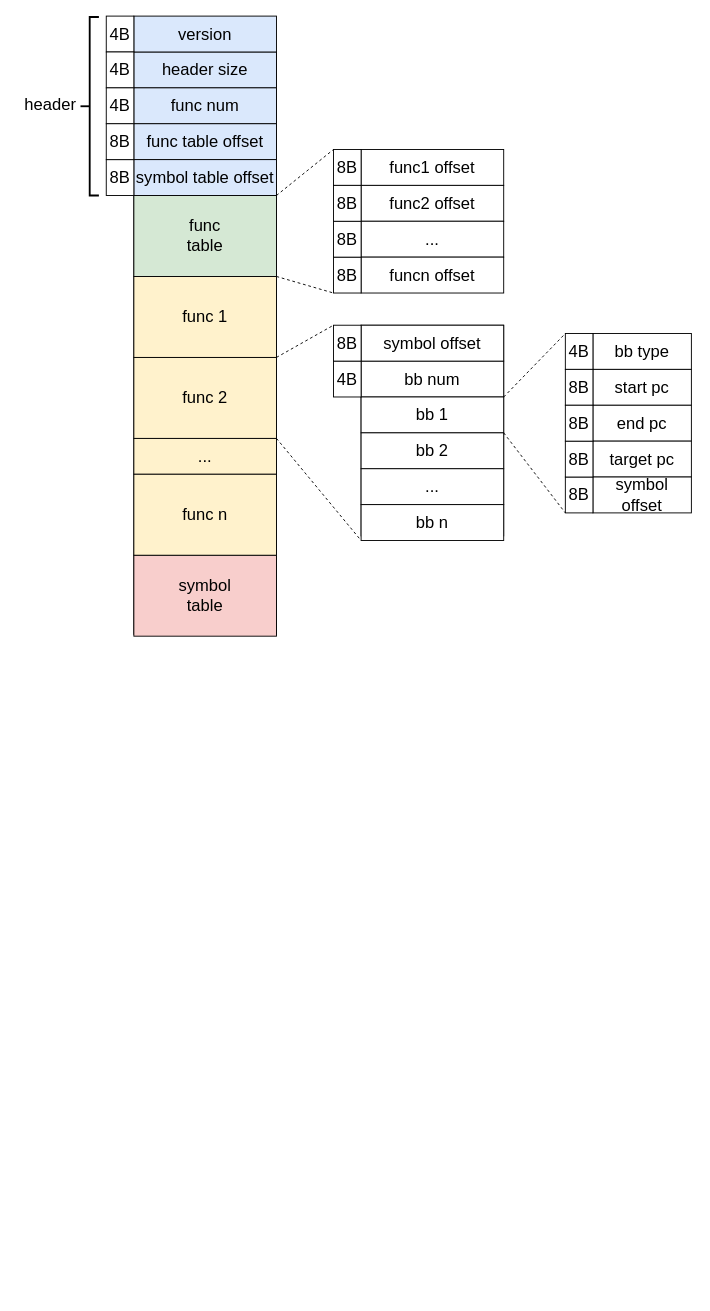
This is cfg 二进制布局设计.drawio from liyp1120/draw.io, a draw.io file, before an edit. Source tidied: cells renumbered, new cells numbered last; positions are measured from the earlier drawing's top-left corner, leaving out a move shared by most shapes. Both pictures are drawn from the tidied source at 92%, with x=0, y=0 at pixel (16, 16).
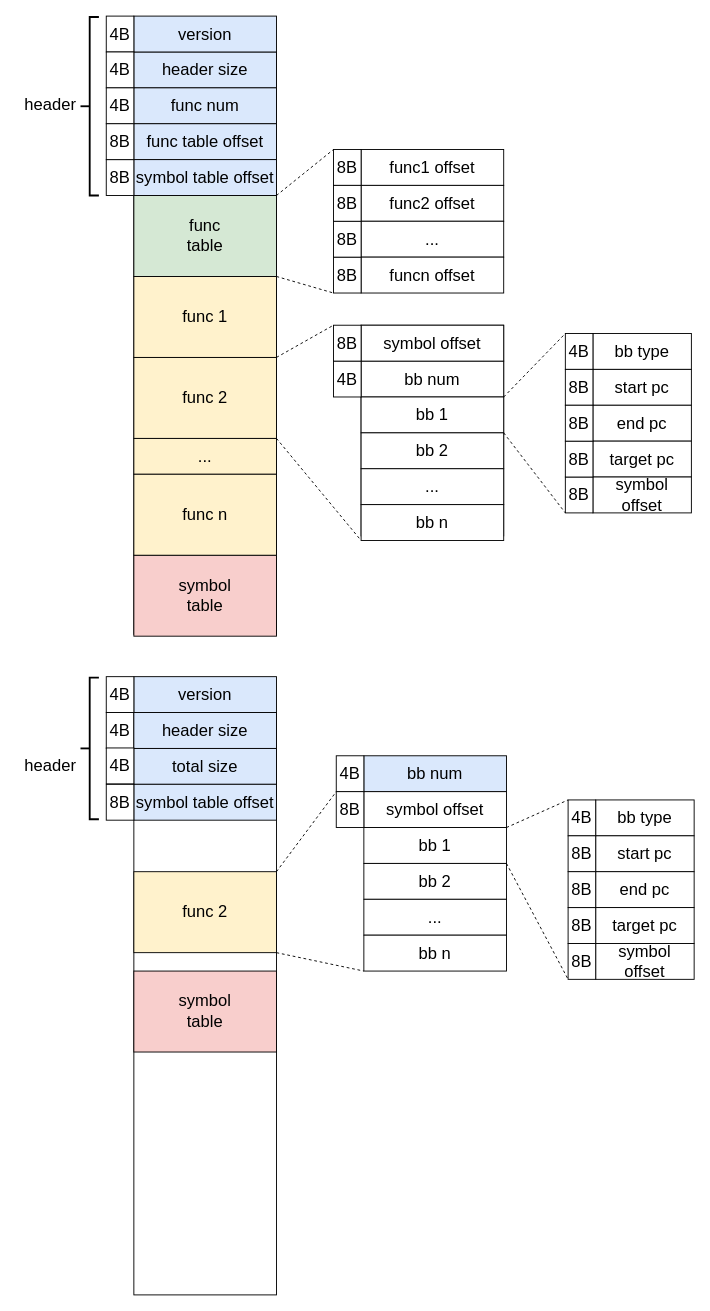
Above is the later version.

Commit message:
更新cfg 二进制布局设计.drawio

What changed in the source:
```diff
@@
+    <mxCell id="54" style="rounded=0;whiteSpace=wrap;html=1;" parent="1" vertex="1">
+      <mxGeometry x="128" y="757" width="155" height="633" as="geometry" />
+    </mxCell>
+    <mxCell id="55" value="&lt;font style=&quot;font-size: 18px;&quot;&gt;total size&lt;/font&gt;" style="rounded=0;whiteSpace=wrap;html=1;fillColor=#dae8fc;strokeColor=default;" parent="1" vertex="1">
+      <mxGeometry x="128" y="796" width="155" height="39" as="geometry" />
+    </mxCell>
+    <mxCell id="56" value="&lt;font style=&quot;font-size: 18px;&quot;&gt;version&lt;/font&gt;" style="rounded=0;whiteSpace=wrap;html=1;fillColor=#dae8fc;strokeColor=default;" parent="1" vertex="1">
+      <mxGeometry x="128" y="718" width="155" height="39" as="geometry" />
+    </mxCell>
+    <mxCell id="57" value="&lt;font style=&quot;font-size: 18px;&quot;&gt;bb num&lt;/font&gt;" style="rounded=0;whiteSpace=wrap;html=1;fillColor=#dae8fc;strokeColor=default;" parent="1" vertex="1">
+      <mxGeometry x="378" y="804" width="155" height="39" as="geometry" />
+    </mxCell>
+    <mxCell id="58" value="&lt;font style=&quot;font-size: 18px;&quot;&gt;symbol&lt;br&gt;table&lt;br&gt;&lt;/font&gt;" style="rounded=0;whiteSpace=wrap;html=1;fillColor=#f8cecc;strokeColor=default;" parent="1" vertex="1">
+      <mxGeometry x="128" y="1038" width="155" height="88" as="geometry" />
+    </mxCell>
+    <mxCell id="59" value="&lt;font style=&quot;font-size: 18px;&quot;&gt;func 2&lt;/font&gt;" style="rounded=0;whiteSpace=wrap;html=1;fillColor=#fff2cc;strokeColor=default;" parent="1" vertex="1">
+      <mxGeometry x="128" y="930" width="155" height="88" as="geometry" />
+    </mxCell>
+    <mxCell id="60" style="strokeWidth=2;html=1;shape=mxgraph.flowchart.annotation_2;align=left;labelPosition=right;" parent="1" vertex="1">
+      <mxGeometry x="70" y="719" width="20" height="154" as="geometry" />
+    </mxCell>
+    <mxCell id="61" value="&lt;font style=&quot;font-size: 18px;&quot;&gt;header&lt;/font&gt;" style="text;html=1;align=center;verticalAlign=middle;strokeColor=none;fillColor=none;" parent="1" vertex="1">
+      <mxGeometry y="798" width="74" height="34" as="geometry" />
+    </mxCell>
+    <mxCell id="62" value="&lt;font style=&quot;font-size: 18px;&quot;&gt;symbol offset&lt;/font&gt;" style="rounded=0;whiteSpace=wrap;html=1;" parent="1" vertex="1">
+      <mxGeometry x="378" y="843" width="155" height="39" as="geometry" />
+    </mxCell>
+    <mxCell id="63" value="&lt;font style=&quot;font-size: 18px;&quot;&gt;bb 1&lt;/font&gt;" style="rounded=0;whiteSpace=wrap;html=1;" parent="1" vertex="1">
+      <mxGeometry x="378" y="882" width="155" height="39" as="geometry" />
+    </mxCell>
+    <mxCell id="64" value="&lt;font style=&quot;font-size: 18px;&quot;&gt;bb 2&lt;/font&gt;" style="rounded=0;whiteSpace=wrap;html=1;" parent="1" vertex="1">
+      <mxGeometry x="378" y="921" width="155" height="39" as="geometry" />
+    </mxCell>
+    <mxCell id="65" value="&lt;font style=&quot;font-size: 18px;&quot;&gt;...&lt;/font&gt;" style="rounded=0;whiteSpace=wrap;html=1;" parent="1" vertex="1">
+      <mxGeometry x="378" y="960" width="155" height="39" as="geometry" />
+    </mxCell>
+    <mxCell id="66" value="&lt;font style=&quot;font-size: 18px;&quot;&gt;bb n&lt;/font&gt;" style="rounded=0;whiteSpace=wrap;html=1;" parent="1" vertex="1">
+      <mxGeometry x="378" y="999" width="155" height="39" as="geometry" />
+    </mxCell>
+    <mxCell id="67" value="&lt;font style=&quot;font-size: 18px;&quot;&gt;bb type&lt;/font&gt;" style="rounded=0;whiteSpace=wrap;html=1;" parent="1" vertex="1">
+      <mxGeometry x="630" y="852" width="107" height="39" as="geometry" />
+    </mxCell>
+    <mxCell id="68" value="&lt;font style=&quot;font-size: 18px;&quot;&gt;start pc&lt;/font&gt;" style="rounded=0;whiteSpace=wrap;html=1;" parent="1" vertex="1">
+      <mxGeometry x="630" y="891" width="107" height="39" as="geometry" />
+    </mxCell>
+    <mxCell id="69" value="&lt;font style=&quot;font-size: 18px;&quot;&gt;end pc&lt;/font&gt;" style="rounded=0;whiteSpace=wrap;html=1;" parent="1" vertex="1">
+      <mxGeometry x="630" y="930" width="107" height="39" as="geometry" />
+    </mxCell>
+    <mxCell id="70" value="&lt;font style=&quot;font-size: 18px;&quot;&gt;target pc&lt;/font&gt;" style="rounded=0;whiteSpace=wrap;html=1;" parent="1" vertex="1">
+      <mxGeometry x="630" y="969" width="107" height="39" as="geometry" />
+    </mxCell>
+    <mxCell id="71" value="&lt;font style=&quot;font-size: 18px;&quot;&gt;symbol offset&lt;/font&gt;" style="rounded=0;whiteSpace=wrap;html=1;" parent="1" vertex="1">
+      <mxGeometry x="630" y="1008" width="107" height="39" as="geometry" />
+    </mxCell>
+    <mxCell id="72" value="&lt;font style=&quot;font-size: 18px;&quot;&gt;symbol table offset&lt;/font&gt;" style="rounded=0;whiteSpace=wrap;html=1;fillColor=#dae8fc;strokeColor=default;" parent="1" vertex="1">
+      <mxGeometry x="128" y="835" width="155" height="39" as="geometry" />
+    </mxCell>
+    <mxCell id="73" value="&lt;font style=&quot;font-size: 18px;&quot;&gt;4B&lt;/font&gt;" style="rounded=0;whiteSpace=wrap;html=1;" parent="1" vertex="1">
+      <mxGeometry x="98" y="718" width="30" height="39" as="geometry" />
+    </mxCell>
+    <mxCell id="74" value="&lt;font style=&quot;font-size: 18px;&quot;&gt;4B&lt;/font&gt;" style="rounded=0;whiteSpace=wrap;html=1;" parent="1" vertex="1">
+      <mxGeometry x="98" y="757" width="30" height="39" as="geometry" />
+    </mxCell>
+    <mxCell id="75" value="&lt;font style=&quot;font-size: 18px;&quot;&gt;4B&lt;/font&gt;" style="rounded=0;whiteSpace=wrap;html=1;" parent="1" vertex="1">
+      <mxGeometry x="348" y="804" width="30" height="39" as="geometry" />
+    </mxCell>
+    <mxCell id="76" value="&lt;font style=&quot;font-size: 18px;&quot;&gt;8B&lt;/font&gt;" style="rounded=0;whiteSpace=wrap;html=1;" parent="1" vertex="1">
+      <mxGeometry x="98" y="835" width="30" height="39" as="geometry" />
+    </mxCell>
+    <mxCell id="77" value="&lt;font style=&quot;font-size: 18px;&quot;&gt;4B&lt;/font&gt;" style="rounded=0;whiteSpace=wrap;html=1;" parent="1" vertex="1">
+      <mxGeometry x="600" y="852" width="30" height="39" as="geometry" />
+    </mxCell>
+    <mxCell id="78" value="&lt;font style=&quot;font-size: 18px;&quot;&gt;8B&lt;/font&gt;" style="rounded=0;whiteSpace=wrap;html=1;" parent="1" vertex="1">
+      <mxGeometry x="348" y="843" width="30" height="39" as="geometry" />
+    </mxCell>
+    <mxCell id="79" style="rounded=0;jettySize=auto;html=1;exitX=1;exitY=0;exitDx=0;exitDy=0;entryX=0;entryY=0;entryDx=0;entryDy=0;endArrow=none;dashed=1;" parent="1" edge="1" source="59" target="78">
+      <mxGeometry relative="1" as="geometry" />
+    </mxCell>
+    <mxCell id="80" style="rounded=0;jettySize=auto;html=1;exitX=1;exitY=1;exitDx=0;exitDy=0;entryX=0;entryY=1;entryDx=0;entryDy=0;endArrow=none;dashed=1;" parent="1" edge="1" source="59" target="66">
+      <mxGeometry relative="1" as="geometry" />
+    </mxCell>
+    <mxCell id="81" value="&lt;font style=&quot;font-size: 18px;&quot;&gt;8B&lt;/font&gt;" style="rounded=0;whiteSpace=wrap;html=1;" parent="1" vertex="1">
+      <mxGeometry x="600" y="1008" width="30" height="39" as="geometry" />
+    </mxCell>
+    <mxCell id="82" value="&lt;font style=&quot;font-size: 18px;&quot;&gt;8B&lt;/font&gt;" style="rounded=0;whiteSpace=wrap;html=1;" parent="1" vertex="1">
+      <mxGeometry x="600" y="969" width="30" height="39" as="geometry" />
+    </mxCell>
+    <mxCell id="83" value="&lt;font style=&quot;font-size: 18px;&quot;&gt;8B&lt;/font&gt;" style="rounded=0;whiteSpace=wrap;html=1;" parent="1" vertex="1">
+      <mxGeometry x="600" y="891" width="30" height="39" as="geometry" />
+    </mxCell>
+    <mxCell id="84" value="&lt;font style=&quot;font-size: 18px;&quot;&gt;8B&lt;/font&gt;" style="rounded=0;whiteSpace=wrap;html=1;" parent="1" vertex="1">
+      <mxGeometry x="600" y="930" width="30" height="39" as="geometry" />
+    </mxCell>
+    <mxCell id="85" style="rounded=0;jettySize=auto;html=1;exitX=1;exitY=0;exitDx=0;exitDy=0;entryX=0;entryY=0;entryDx=0;entryDy=0;endArrow=none;dashed=1;" parent="1" edge="1" source="63" target="77">
+      <mxGeometry relative="1" as="geometry" />
+    </mxCell>
+    <mxCell id="86" style="rounded=0;jettySize=auto;html=1;exitX=1;exitY=0;exitDx=0;exitDy=0;entryX=0;entryY=1;entryDx=0;entryDy=0;endArrow=none;dashed=1;" parent="1" edge="1" source="64" target="81">
+      <mxGeometry relative="1" as="geometry" />
+    </mxCell>
+    <mxCell id="87" value="&lt;font style=&quot;font-size: 18px;&quot;&gt;header size&lt;/font&gt;" style="rounded=0;whiteSpace=wrap;html=1;fillColor=#dae8fc;strokeColor=default;" parent="1" vertex="1">
+      <mxGeometry x="128" y="757" width="155" height="39" as="geometry" />
+    </mxCell>
+    <mxCell id="88" value="&lt;font style=&quot;font-size: 18px;&quot;&gt;4B&lt;/font&gt;" style="rounded=0;whiteSpace=wrap;html=1;" parent="1" vertex="1">
+      <mxGeometry x="98" y="795.5" width="30" height="39" as="geometry" />
+    </mxCell>
```
